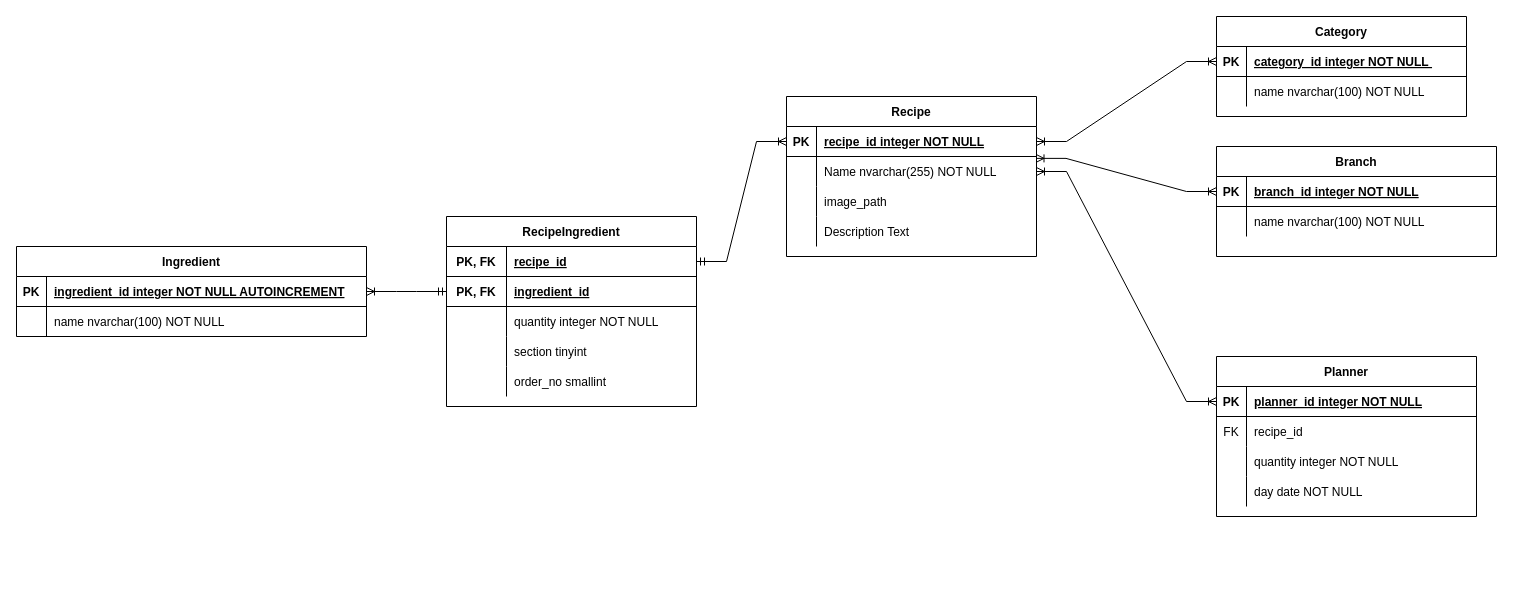
MetaEMK/RecipeManager_Backend keeps this draw.io diagram as ERM.drawio. Above is the earlier version. Source tidied: cells renumbered, new cells numbered last; positions are measured from the earlier drawing's top-left corner, leaving out a move shared by most shapes. Both pictures are drawn from the tidied source at 100%, with x=0, y=0 at pixel (16, 16).
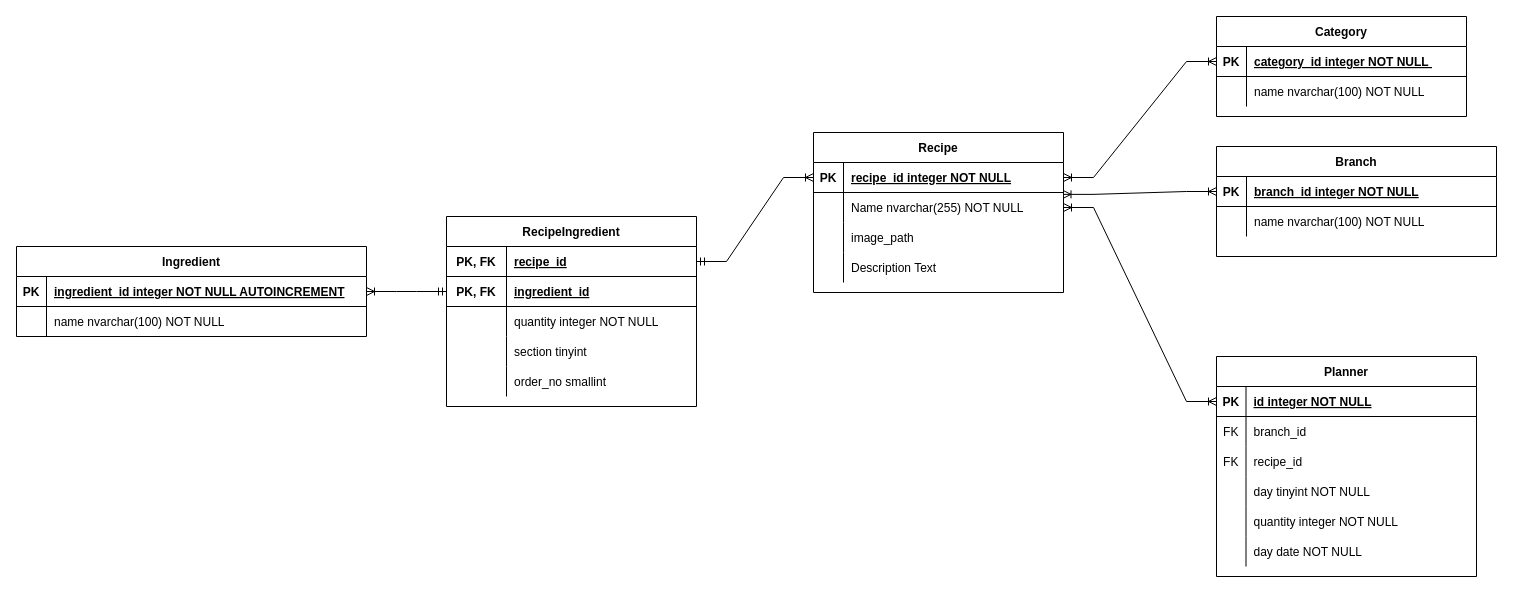
The same page after the edit.

Unchanged cells that the change refers to:
```xml
<mxCell id="37" style="shape=tableRow;horizontal=0;startSize=0;swimlaneHead=0;swimlaneBody=0;fillColor=none;points=[[0,0.5],[1,0.5]];portConstraint=eastwest;top=0;left=0;right=0;bottom=1;" parent="36" vertex="1">
  <mxGeometry y="30" width="260" height="30" as="geometry" />
</mxCell>
```

Diff of the diagram source:
```diff
@@
     <mxCell id="9" value="Recipe" style="shape=table;startSize=30;childLayout=tableLayout;rowLines=0;fontStyle=1;align=center;" parent="1" vertex="1">
-      <mxGeometry x="770" y="80" width="250" height="160" as="geometry" />
+      <mxGeometry x="797" y="116" width="250" height="160" as="geometry" />
     </mxCell>
@@
     <mxCell id="36" value="Planner" style="shape=table;startSize=30;childLayout=tableLayout;rowLines=0;fontStyle=1;align=center;" parent="1" vertex="1">
-      <mxGeometry x="1200" y="340" width="260" height="160" as="geometry" />
+      <mxGeometry x="1200" y="340" width="260" height="220" as="geometry" />
     </mxCell>
@@
     <mxCell id="38" value="PK" style="shape=partialRectangle;fillColor=none;top=0;left=0;bottom=0;right=0;fontStyle=1;overflow=hidden;" parent="37" vertex="1">
-      <mxGeometry width="30" height="30" as="geometry" />
+      <mxGeometry width="29.5" height="30" as="geometry" />
     </mxCell>
-    <mxCell id="39" value="planner_id integer NOT NULL" style="shape=partialRectangle;fillColor=none;top=0;left=0;bottom=0;right=0;align=left;spacingLeft=6;fontStyle=5;overflow=hidden;" parent="37" vertex="1">
-      <mxGeometry x="30" width="230" height="30" as="geometry" />
+    <mxCell id="39" value="id integer NOT NULL" style="shape=partialRectangle;fillColor=none;top=0;left=0;bottom=0;right=0;align=left;spacingLeft=6;fontStyle=5;overflow=hidden;" parent="37" vertex="1">
+      <mxGeometry x="29.5" width="230.5" height="30" as="geometry" />
     </mxCell>
+    <mxCell id="70" style="shape=partialRectangle;fillColor=none;top=0;left=0;bottom=0;right=0;" parent="36" vertex="1">
+      <mxGeometry y="60" width="260" height="30" as="geometry" />
+    </mxCell>
+    <mxCell id="71" value="FK" style="shape=partialRectangle;fillColor=none;top=0;left=0;bottom=0;right=0;fontStyle=0;overflow=hidden;" parent="70" vertex="1">
+      <mxGeometry width="29.5" height="30" as="geometry" />
+    </mxCell>
+    <mxCell id="72" value="branch_id" style="shape=partialRectangle;fillColor=none;top=0;left=0;bottom=0;right=0;align=left;spacingLeft=6;fontStyle=0;overflow=hidden;" parent="70" vertex="1">
+      <mxGeometry x="29.5" width="230.5" height="30" as="geometry" />
+    </mxCell>
     <mxCell id="40" style="shape=tableRow;horizontal=0;startSize=0;swimlaneHead=0;swimlaneBody=0;fillColor=none;top=0;left=0;right=0;bottom=0;" parent="36" vertex="1">
-      <mxGeometry y="60" width="260" height="30" as="geometry" />
+      <mxGeometry y="90" width="260" height="30" as="geometry" />
     </mxCell>
     <mxCell id="41" value="FK" style="shape=partialRectangle;fillColor=none;top=0;left=0;bottom=0;right=0;overflow=hidden;" parent="40" vertex="1">
-      <mxGeometry width="30" height="30" as="geometry" />
+      <mxGeometry width="29.5" height="30" as="geometry" />
     </mxCell>
     <mxCell id="42" value="recipe_id " style="shape=partialRectangle;fillColor=none;top=0;left=0;bottom=0;right=0;align=left;spacingLeft=6;overflow=hidden;" parent="40" vertex="1">
-      <mxGeometry x="30" width="230" height="30" as="geometry" />
+      <mxGeometry x="29.5" width="230.5" height="30" as="geometry" />
     </mxCell>
+    <mxCell id="73" style="shape=partialRectangle;fillColor=none;top=0;left=0;bottom=0;right=0;" parent="36" vertex="1">
+      <mxGeometry y="120" width="260" height="30" as="geometry" />
+    </mxCell>
+    <mxCell id="74" style="shape=partialRectangle;fillColor=none;top=0;left=0;bottom=0;right=0;overflow=hidden;" parent="73" vertex="1">
+      <mxGeometry width="29.5" height="30" as="geometry" />
+    </mxCell>
+    <mxCell id="75" value="day tinyint NOT NULL" style="shape=partialRectangle;fillColor=none;top=0;left=0;bottom=0;right=0;align=left;spacingLeft=6;overflow=hidden;" parent="73" vertex="1">
+      <mxGeometry x="29.5" width="230.5" height="30" as="geometry" />
+    </mxCell>
     <mxCell id="43" style="shape=tableRow;horizontal=0;startSize=0;swimlaneHead=0;swimlaneBody=0;fillColor=none;top=0;left=0;right=0;bottom=0;" parent="36" vertex="1">
-      <mxGeometry y="90" width="260" height="30" as="geometry" />
+      <mxGeometry y="150" width="260" height="30" as="geometry" />
     </mxCell>
     <mxCell id="44" style="shape=partialRectangle;fillColor=none;top=0;left=0;bottom=0;right=0;overflow=hidden;" parent="43" vertex="1">
-      <mxGeometry width="30" height="30" as="geometry" />
+      <mxGeometry width="29.5" height="30" as="geometry" />
     </mxCell>
     <mxCell id="45" value="quantity integer NOT NULL" style="shape=partialRectangle;fillColor=none;top=0;left=0;bottom=0;right=0;align=left;spacingLeft=6;overflow=hidden;" parent="43" vertex="1">
-      <mxGeometry x="30" width="230" height="30" as="geometry" />
+      <mxGeometry x="29.5" width="230.5" height="30" as="geometry" />
     </mxCell>
     <mxCell id="46" style="shape=tableRow;horizontal=0;startSize=0;swimlaneHead=0;swimlaneBody=0;fillColor=none;top=0;left=0;right=0;bottom=0;" parent="36" vertex="1">
-      <mxGeometry y="120" width="260" height="30" as="geometry" />
+      <mxGeometry y="180" width="260" height="30" as="geometry" />
     </mxCell>
     <mxCell id="47" style="shape=partialRectangle;fillColor=none;top=0;left=0;bottom=0;right=0;overflow=hidden;" parent="46" vertex="1">
-      <mxGeometry width="30" height="30" as="geometry" />
+      <mxGeometry width="29.5" height="30" as="geometry" />
     </mxCell>
     <mxCell id="48" value="day date NOT NULL" style="shape=partialRectangle;fillColor=none;top=0;left=0;bottom=0;right=0;align=left;spacingLeft=6;overflow=hidden;" parent="46" vertex="1">
-      <mxGeometry x="30" width="230" height="30" as="geometry" />
+      <mxGeometry x="29.5" width="230.5" height="30" as="geometry" />
     </mxCell>
```
